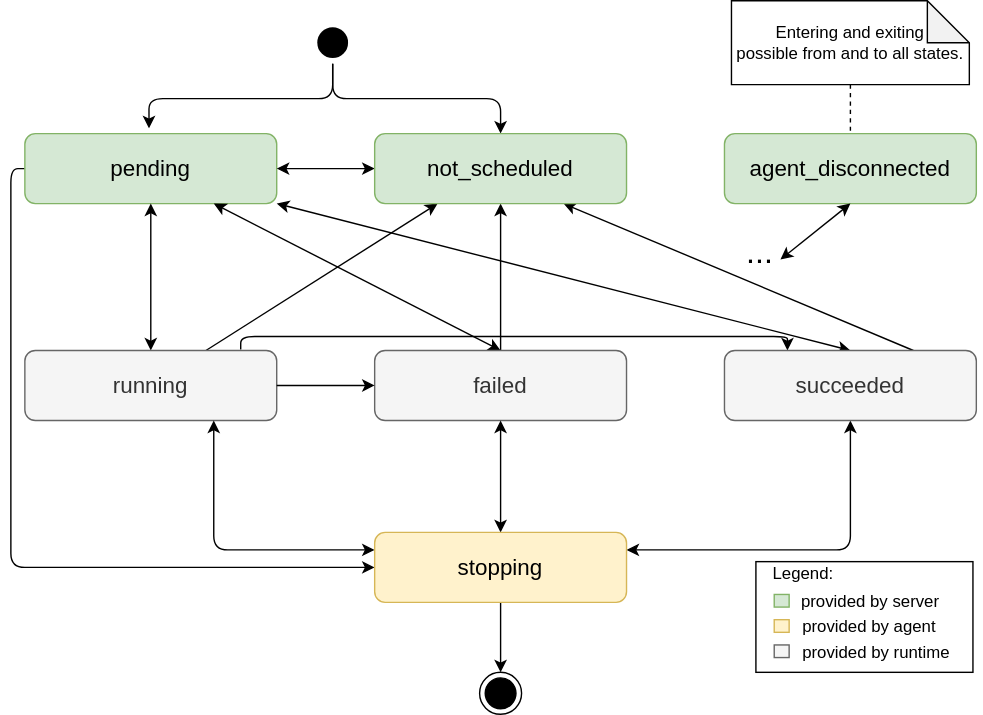
eclipse-ankaios/ankaios keeps this draw.io diagram as common/doc/swdesign/drawio/state_workload_execution_major_states.drawio.svg. Above is the earlier version. Source tidied: cells renumbered, new cells last; positions are measured from the earlier drawing's top-left corner, leaving out a move shared by most shapes.
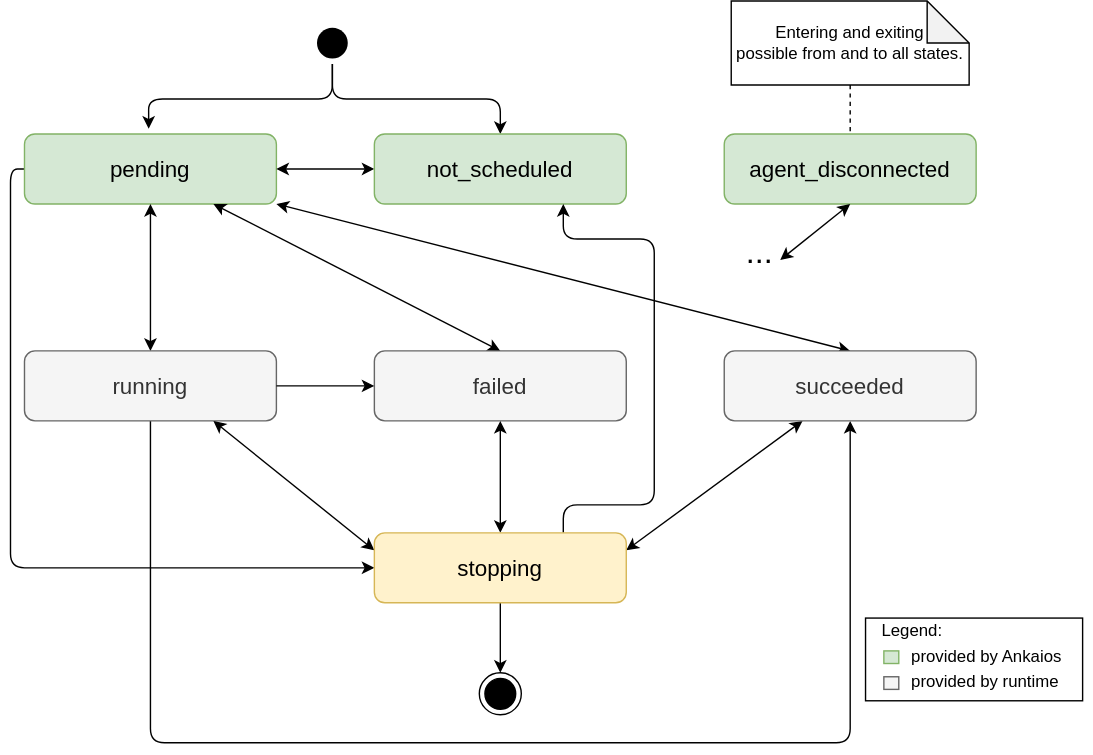
The same file after the commit.

Commit message:
Make state diagram readable

The edit, as a diff of the source:
```diff
@@ -22,7 +22,7 @@
     </mxCell>
     <mxCell id="8" style="edgeStyle=orthogonalEdgeStyle;html=1;entryX=0;entryY=0.5;entryDx=0;entryDy=0;startArrow=none;startFill=0;exitX=0;exitY=0.75;exitDx=0;exitDy=0;" parent="1" edge="1">
       <mxGeometry relative="1" as="geometry">
-        <mxPoint x="155" y="102.5" as="sourcePoint" />
+        <mxPoint x="175" y="102.5" as="sourcePoint" />
       </mxGeometry>
     </mxCell>
     <mxCell id="9" style="edgeStyle=none;html=1;fontSize=16;entryX=0.5;entryY=0;entryDx=0;entryDy=0;exitX=0.5;exitY=1;exitDx=0;exitDy=0;startArrow=classic;startFill=1;" parent="1" edge="1" source="7" target="17">
@@ -36,42 +36,34 @@
     </mxCell>
     <mxCell id="12" style="edgeStyle=orthogonalEdgeStyle;html=1;entryX=1;entryY=0.5;entryDx=0;entryDy=0;startArrow=classic;startFill=1;exitX=1;exitY=0.25;exitDx=0;exitDy=0;" parent="1" edge="1">
       <mxGeometry relative="1" as="geometry">
-        <mxPoint x="280" y="125" as="targetPoint" />
+        <mxPoint x="300" y="125" as="targetPoint" />
         <Array as="points">
-          <mxPoint x="290" y="148" />
-          <mxPoint x="290" y="125" />
+          <mxPoint x="310" y="148" />
+          <mxPoint x="310" y="125" />
         </Array>
       </mxGeometry>
     </mxCell>
-    <mxCell id="13" style="edgeStyle=none;html=1;entryX=0.5;entryY=1;entryDx=0;entryDy=0;startArrow=none;startFill=0;" parent="1" edge="1" source="14" target="35">
-      <mxGeometry relative="1" as="geometry" />
-    </mxCell>
     <mxCell id="14" value="&lt;font style=&quot;font-size: 16px;&quot;&gt;failed&lt;br&gt;&lt;/font&gt;" style="rounded=1;whiteSpace=wrap;html=1;strokeColor=#666666;fillColor=#f5f5f5;fontColor=#333333;" parent="1" vertex="1">
       <mxGeometry x="250" y="250" width="180" height="50" as="geometry" />
     </mxCell>
-    <mxCell id="15" style="edgeStyle=orthogonalEdgeStyle;html=1;entryX=0.25;entryY=0;entryDx=0;entryDy=0;fontSize=16;fontColor=#2d2525;exitX=0.857;exitY=-0.014;exitDx=0;exitDy=0;exitPerimeter=0;" parent="1" edge="1" source="17" target="20">
-      <mxGeometry relative="1" as="geometry" />
+    <mxCell id="15" style="edgeStyle=orthogonalEdgeStyle;html=1;entryX=0.5;entryY=1;entryDx=0;entryDy=0;fontSize=16;fontColor=#2d2525;exitX=0.5;exitY=1;exitDx=0;exitDy=0;" parent="1" edge="1" source="17" target="20">
+      <mxGeometry relative="1" as="geometry">
+        <Array as="points">
+          <mxPoint x="90" y="530" />
+          <mxPoint x="590" y="530" />
+        </Array>
+      </mxGeometry>
     </mxCell>
-    <mxCell id="16" style="edgeStyle=none;html=1;entryX=0.25;entryY=1;entryDx=0;entryDy=0;startArrow=none;startFill=0;" parent="1" edge="1" source="17" target="35">
-      <mxGeometry relative="1" as="geometry" />
-    </mxCell>
     <mxCell id="17" value="&lt;font style=&quot;font-size: 16px;&quot;&gt;running&lt;br&gt;&lt;/font&gt;" style="rounded=1;whiteSpace=wrap;html=1;strokeColor=#666666;fillColor=#f5f5f5;fontColor=#333333;" parent="1" vertex="1">
       <mxGeometry y="250" width="180" height="50" as="geometry" />
     </mxCell>
-    <mxCell id="18" style="edgeStyle=orthogonalEdgeStyle;html=1;startArrow=classic;startFill=1;entryX=1;entryY=0.25;entryDx=0;entryDy=0;" parent="1" edge="1" source="20" target="41">
-      <mxGeometry relative="1" as="geometry">
-        <Array as="points">
-          <mxPoint x="590" y="393" />
-        </Array>
-      </mxGeometry>
+    <mxCell id="18" style="html=1;startArrow=classic;startFill=1;entryX=1;entryY=0.25;entryDx=0;entryDy=0;" parent="1" edge="1" source="20" target="41">
+      <mxGeometry relative="1" as="geometry" />
     </mxCell>
-    <mxCell id="19" style="edgeStyle=none;html=1;entryX=0.75;entryY=1;entryDx=0;entryDy=0;startArrow=none;startFill=0;exitX=0.75;exitY=0;exitDx=0;exitDy=0;" parent="1" edge="1" source="20" target="35">
-      <mxGeometry relative="1" as="geometry" />
-    </mxCell>
     <mxCell id="20" value="&lt;font style=&quot;font-size: 16px;&quot;&gt;succeeded&lt;br&gt;&lt;/font&gt;" style="rounded=1;whiteSpace=wrap;html=1;strokeColor=#666666;fillColor=#f5f5f5;fontColor=#333333;" parent="1" vertex="1">
       <mxGeometry x="500" y="250" width="180" height="50" as="geometry" />
     </mxCell>
-    <mxCell id="21" style="edgeStyle=orthogonalEdgeStyle;html=1;entryX=0;entryY=0.25;entryDx=0;entryDy=0;fontSize=16;exitX=0.75;exitY=1;exitDx=0;exitDy=0;startArrow=classic;startFill=1;" parent="1" edge="1" source="17" target="41">
+    <mxCell id="21" style="html=1;entryX=0;entryY=0.25;entryDx=0;entryDy=0;fontSize=16;exitX=0.75;exitY=1;exitDx=0;exitDy=0;startArrow=classic;startFill=1;" parent="1" edge="1" source="17" target="41">
       <mxGeometry relative="1" as="geometry" />
     </mxCell>
     <mxCell id="22" value="&lt;font style=&quot;font-size: 16px;&quot;&gt;agent_disconnected&lt;br&gt;&lt;/font&gt;" style="rounded=1;whiteSpace=wrap;html=1;strokeColor=#82b366;fillColor=#d5e8d4;" parent="1" vertex="1">
@@ -79,12 +71,12 @@
     </mxCell>
     <mxCell id="23" style="edgeStyle=orthogonalEdgeStyle;html=1;entryX=0;entryY=0.5;entryDx=0;entryDy=0;startArrow=none;startFill=0;exitX=0;exitY=0.75;exitDx=0;exitDy=0;" parent="1" edge="1">
       <mxGeometry relative="1" as="geometry">
-        <mxPoint x="155" y="72.5" as="sourcePoint" />
+        <mxPoint x="175" y="72.5" as="sourcePoint" />
       </mxGeometry>
     </mxCell>
     <mxCell id="24" style="edgeStyle=orthogonalEdgeStyle;html=1;entryX=1;entryY=0.5;entryDx=0;entryDy=0;startArrow=classic;startFill=1;exitX=1;exitY=0.5;exitDx=0;exitDy=0;" parent="1" edge="1">
       <mxGeometry relative="1" as="geometry">
-        <mxPoint x="280" y="65" as="sourcePoint" />
+        <mxPoint x="300" y="65" as="sourcePoint" />
       </mxGeometry>
     </mxCell>
     <mxCell id="25" style="edgeStyle=orthogonalEdgeStyle;html=1;entryX=0;entryY=0.5;entryDx=0;entryDy=0;startArrow=none;startFill=0;exitX=1;exitY=0.5;exitDx=0;exitDy=0;" parent="1" edge="1" source="17" target="14">
@@ -92,15 +84,15 @@
     </mxCell>
     <mxCell id="26" style="edgeStyle=orthogonalEdgeStyle;html=1;entryX=0;entryY=0.5;entryDx=0;entryDy=0;startArrow=none;startFill=0;exitX=0;exitY=0.5;exitDx=0;exitDy=0;" parent="1" edge="1">
       <mxGeometry relative="1" as="geometry">
-        <mxPoint x="155" y="255" as="sourcePoint" />
+        <mxPoint x="175" y="255" as="sourcePoint" />
       </mxGeometry>
     </mxCell>
     <mxCell id="27" style="edgeStyle=orthogonalEdgeStyle;html=1;entryX=0;entryY=0.5;entryDx=0;entryDy=0;startArrow=none;startFill=0;exitX=0;exitY=0.5;exitDx=0;exitDy=0;" parent="1" edge="1">
       <mxGeometry relative="1" as="geometry">
-        <mxPoint x="155" y="255" as="sourcePoint" />
+        <mxPoint x="175" y="255" as="sourcePoint" />
         <Array as="points">
-          <mxPoint x="140" y="255" />
-          <mxPoint x="140" y="345" />
+          <mxPoint x="160" y="255" />
+          <mxPoint x="160" y="345" />
         </Array>
       </mxGeometry>
     </mxCell>
@@ -109,35 +101,35 @@
     </mxCell>
     <mxCell id="29" style="edgeStyle=orthogonalEdgeStyle;html=1;entryX=1;entryY=0.75;entryDx=0;entryDy=0;startArrow=classic;startFill=1;exitX=1;exitY=0.5;exitDx=0;exitDy=0;" parent="1" edge="1">
       <mxGeometry relative="1" as="geometry">
-        <mxPoint x="690" y="315" as="sourcePoint" />
+        <mxPoint x="710" y="315" as="sourcePoint" />
         <Array as="points">
-          <mxPoint x="720" y="315" />
-          <mxPoint x="720" y="413" />
+          <mxPoint x="740" y="315" />
+          <mxPoint x="740" y="413" />
         </Array>
       </mxGeometry>
     </mxCell>
     <mxCell id="30" style="edgeStyle=orthogonalEdgeStyle;html=1;entryX=1;entryY=0.25;entryDx=0;entryDy=0;startArrow=classic;startFill=1;exitX=1;exitY=0.25;exitDx=0;exitDy=0;" parent="1" edge="1">
       <mxGeometry relative="1" as="geometry">
-        <mxPoint x="690" y="337.5" as="sourcePoint" />
+        <mxPoint x="710" y="337.5" as="sourcePoint" />
         <Array as="points">
-          <mxPoint x="710" y="338" />
-          <mxPoint x="710" y="398" />
+          <mxPoint x="730" y="338" />
+          <mxPoint x="730" y="398" />
         </Array>
       </mxGeometry>
     </mxCell>
     <mxCell id="31" style="edgeStyle=orthogonalEdgeStyle;html=1;entryX=0.999;entryY=0.662;entryDx=0;entryDy=0;startArrow=classic;startFill=1;exitX=1;exitY=0.5;exitDx=0;exitDy=0;entryPerimeter=0;" parent="1" edge="1">
       <mxGeometry relative="1" as="geometry">
-        <mxPoint x="689.9" y="167.9" as="targetPoint" />
+        <mxPoint x="709.9" y="167.9" as="targetPoint" />
       </mxGeometry>
     </mxCell>
     <mxCell id="32" style="edgeStyle=orthogonalEdgeStyle;html=1;entryX=1;entryY=0.5;entryDx=0;entryDy=0;startArrow=classic;startFill=1;exitX=1;exitY=0.75;exitDx=0;exitDy=0;" parent="1" edge="1">
       <mxGeometry relative="1" as="geometry">
-        <mxPoint x="280" y="322.5" as="sourcePoint" />
+        <mxPoint x="300" y="322.5" as="sourcePoint" />
       </mxGeometry>
     </mxCell>
     <mxCell id="33" style="edgeStyle=orthogonalEdgeStyle;html=1;entryX=1;entryY=0.75;entryDx=0;entryDy=0;startArrow=none;startFill=0;exitX=1;exitY=0.25;exitDx=0;exitDy=0;" parent="1" edge="1">
       <mxGeometry relative="1" as="geometry">
-        <mxPoint x="280" y="262.5" as="targetPoint" />
+        <mxPoint x="300" y="262.5" as="targetPoint" />
       </mxGeometry>
     </mxCell>
     <mxCell id="34" style="edgeStyle=none;html=1;entryX=1;entryY=0.5;entryDx=0;entryDy=0;startArrow=classic;startFill=1;" parent="1" edge="1" source="35" target="7">
@@ -163,35 +155,39 @@
     <mxCell id="40" style="edgeStyle=none;html=1;" parent="1" edge="1" source="41" target="5">
       <mxGeometry relative="1" as="geometry" />
     </mxCell>
+    <mxCell id="51" style="edgeStyle=orthogonalEdgeStyle;html=1;entryX=0.75;entryY=1;entryDx=0;entryDy=0;exitX=0.75;exitY=0;exitDx=0;exitDy=0;" parent="1" edge="1" source="41" target="35">
+      <mxGeometry relative="1" as="geometry">
+        <Array as="points">
+          <mxPoint x="385" y="360" />
+          <mxPoint x="450" y="360" />
+          <mxPoint x="450" y="170" />
+          <mxPoint x="385" y="170" />
+        </Array>
+      </mxGeometry>
+    </mxCell>
     <mxCell id="41" value="&lt;font style=&quot;font-size: 16px;&quot;&gt;stopping&lt;br&gt;&lt;/font&gt;" style="rounded=1;whiteSpace=wrap;html=1;strokeColor=#d6b656;fillColor=#fff2cc;" parent="1" vertex="1">
       <mxGeometry x="250" y="380" width="180" height="50" as="geometry" />
     </mxCell>
-    <mxCell id="42" style="group;" parent="1" vertex="1">
-      <mxGeometry x="520.5" y="395" width="163.5" height="86.4" as="geometry" />
-    </mxCell>
-    <mxCell id="43" style="rounded=0;whiteSpace=wrap;html=1;" parent="42" vertex="1">
-      <mxGeometry x="2" y="5.9" width="155.1" height="79.1" as="geometry" />
-    </mxCell>
+    <mxCell id="52" style="group;" parent="1" vertex="1">
+      <mxGeometry x="600" y="440" width="162.5" height="96.5" as="geometry" />
+    </mxCell>
+    <mxCell id="53" style="rounded=0;whiteSpace=wrap;html=1;" parent="52" vertex="1">
+      <mxGeometry x="1" y="0.9" width="155.1" height="59.1" as="geometry" />
+    </mxCell>
-    <mxCell id="44" value="Legend:" style="text;html=1;align=center;verticalAlign=middle;strokeColor=none;fillColor=none;" parent="42" vertex="1">
-      <mxGeometry width="70" height="30" as="geometry" />
+    <mxCell id="44" value="Legend:" style="text;html=1;align=center;verticalAlign=middle;strokeColor=none;fillColor=none;" parent="52" vertex="1">
+      <mxGeometry x="-1" y="-5" width="70" height="30" as="geometry" />
     </mxCell>
-    <mxCell id="45" style="rounded=0;whiteSpace=wrap;html=1;fillColor=#d5e8d4;strokeColor=#82b366;" parent="42" vertex="1">
-      <mxGeometry x="15.1" y="29.4" width="10.7" height="9" as="geometry" />
-    </mxCell>
-    <mxCell id="46" style="rounded=0;whiteSpace=wrap;html=1;fillColor=#fff2cc;strokeColor=#d6b656;" parent="42" vertex="1">
-      <mxGeometry x="15.1" y="47.4" width="10.7" height="9" as="geometry" />
-    </mxCell>
-    <mxCell id="47" style="rounded=0;whiteSpace=wrap;html=1;fillColor=#f5f5f5;fontColor=#333333;strokeColor=#666666;" parent="42" vertex="1">
-      <mxGeometry x="15.1" y="65.4" width="10.7" height="9" as="geometry" />
-    </mxCell>
-    <mxCell id="48" value="provided by server" style="text;html=1;align=center;verticalAlign=middle;strokeColor=none;fillColor=none;" parent="42" vertex="1">
-      <mxGeometry x="23.8" y="20.3" width="120" height="30" as="geometry" />
-    </mxCell>
-    <mxCell id="49" value="provided by agent" style="text;html=1;align=left;verticalAlign=middle;strokeColor=none;fillColor=none;" parent="42" vertex="1">
-      <mxGeometry x="33.5" y="38.4" width="120" height="30" as="geometry" />
-    </mxCell>
+    <mxCell id="54" style="rounded=0;whiteSpace=wrap;html=1;fillColor=#d5e8d4;strokeColor=#82b366;" parent="52" vertex="1">
+      <mxGeometry x="14.1" y="24.4" width="10.7" height="9" as="geometry" />
+    </mxCell>
+    <mxCell id="55" style="rounded=0;whiteSpace=wrap;html=1;fillColor=#f5f5f5;fontColor=#333333;strokeColor=#666666;" parent="52" vertex="1">
+      <mxGeometry x="14.1" y="42.8" width="10.7" height="9" as="geometry" />
+    </mxCell>
+    <mxCell id="56" value="provided by Ankaios" style="text;html=1;align=left;verticalAlign=middle;strokeColor=none;fillColor=none;" parent="52" vertex="1">
+      <mxGeometry x="32.5" y="13.9" width="130" height="30" as="geometry" />
+    </mxCell>
-    <mxCell id="50" value="provided by runtime" style="text;html=1;align=left;verticalAlign=middle;strokeColor=none;fillColor=none;" parent="42" vertex="1">
-      <mxGeometry x="33.5" y="56.4" width="130" height="30" as="geometry" />
+    <mxCell id="50" value="provided by runtime" style="text;html=1;align=left;verticalAlign=middle;strokeColor=none;fillColor=none;" parent="52" vertex="1">
+      <mxGeometry x="32.5" y="32.3" width="130" height="30" as="geometry" />
     </mxCell>
   </root>
 </mxGraphModel>
```
